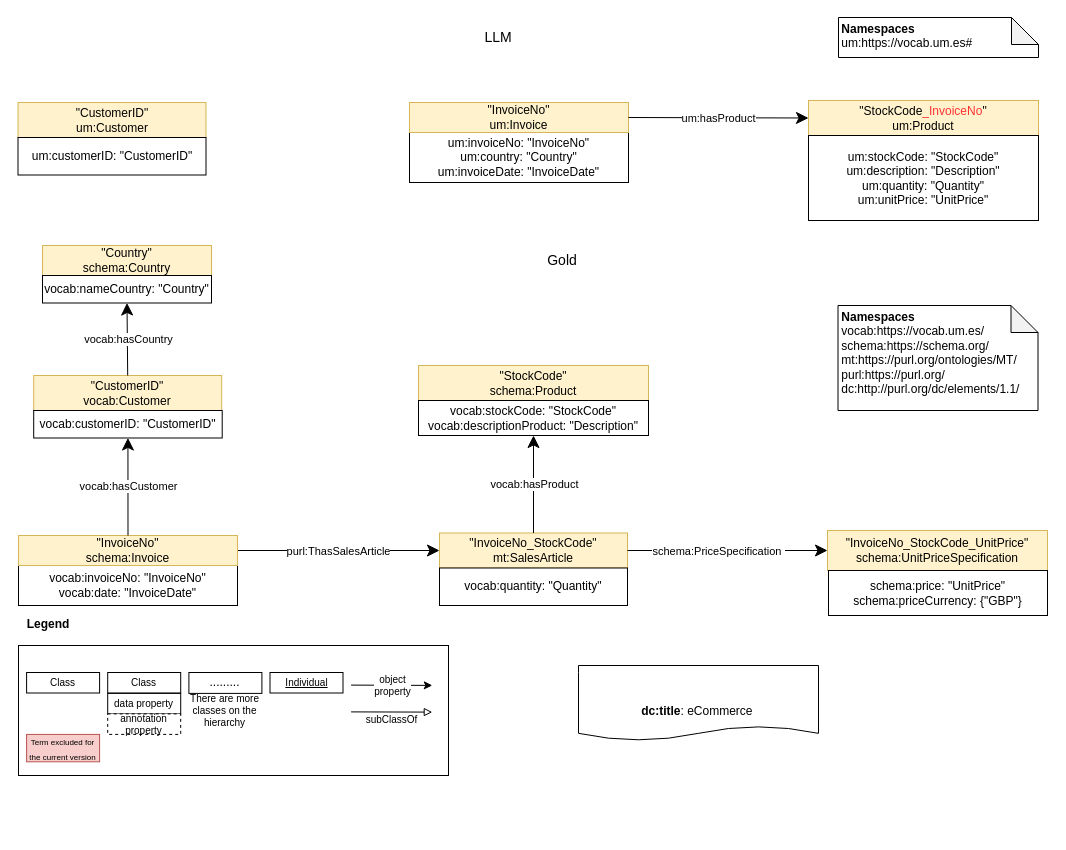
This is page "Gold-LLM" (3 of 16) of E-CommerceData/Figures/eCommerce.drawio from tecnomod-um/EvaluationGraphAlignmentMethods, a draw.io file, before an edit. Source tidied: cells renumbered, new cells numbered last; positions are measured from the earlier drawing's top-left corner, leaving out a move shared by most shapes. Both pictures are drawn from the tidied source at 100%, with x=0, y=0 at pixel (18, 17).
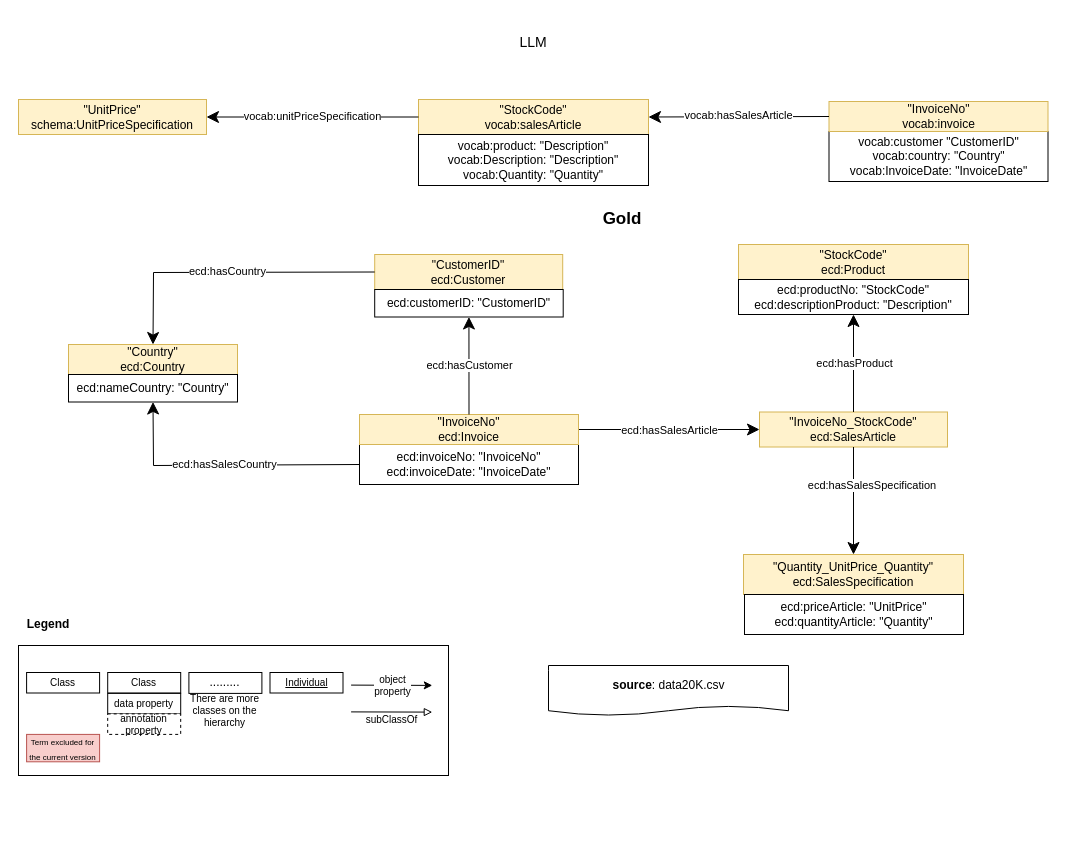
The same diagram, later.

Diff of the diagram source:
```diff
@@
     <mxCell id="15" value="LLM" style="text;html=1;strokeColor=none;fillColor=none;align=center;verticalAlign=middle;whiteSpace=wrap;rounded=0;dashed=1;fontSize=14;" parent="1" vertex="1">
-      <mxGeometry x="460" y="5" width="40" height="30" as="geometry" />
+      <mxGeometry x="495" y="10" width="40" height="30" as="geometry" />
     </mxCell>
-    <mxCell id="16" value="um:invoiceNo: &quot;InvoiceNo&quot;&lt;br&gt;um:country: &quot;Country&quot;&lt;br&gt;um:invoiceDate: &quot;InvoiceDate&quot;" style="rounded=0;whiteSpace=wrap;html=1;" parent="1" vertex="1">
-      <mxGeometry x="391" y="115" width="219" height="50" as="geometry" />
+    <mxCell id="16" value="vocab:customer &quot;CustomerID&quot;&lt;br&gt;vocab:country: &quot;Country&quot;&lt;br&gt;vocab:InvoiceDate: &quot;InvoiceDate&quot;" style="rounded=0;whiteSpace=wrap;html=1;" parent="1" vertex="1">
+      <mxGeometry x="810.5" y="114" width="219" height="50" as="geometry" />
     </mxCell>
-    <mxCell id="17" value="&quot;InvoiceNo&quot;&lt;br&gt;um:Invoice" style="rounded=0;whiteSpace=wrap;html=1;labelBackgroundColor=none;fillColor=#fff2cc;strokeColor=#d6b656;noLabel=0;" parent="1" vertex="1">
-      <mxGeometry x="391" y="85" width="219" height="30" as="geometry" />
+    <mxCell id="17" value="&quot;InvoiceNo&quot;&lt;br&gt;vocab:invoice" style="rounded=0;whiteSpace=wrap;html=1;labelBackgroundColor=none;fillColor=#fff2cc;strokeColor=#d6b656;noLabel=0;" parent="1" vertex="1">
+      <mxGeometry x="810.5" y="84" width="219" height="30" as="geometry" />
     </mxCell>
-    <mxCell id="18" value="&quot;StockCode&lt;font color=&quot;#ff3333&quot;&gt;_InvoiceNo&lt;/font&gt;&quot;&lt;br&gt;um:Product" style="rounded=0;whiteSpace=wrap;html=1;labelBackgroundColor=none;fillColor=#fff2cc;strokeColor=#d6b656;noLabel=0;" parent="1" vertex="1">
-      <mxGeometry x="790" y="83" width="230" height="35" as="geometry" />
+    <mxCell id="18" value="&quot;StockCode&quot;&lt;br&gt;vocab:salesArticle" style="rounded=0;whiteSpace=wrap;html=1;labelBackgroundColor=none;fillColor=#fff2cc;strokeColor=#d6b656;noLabel=0;" parent="1" vertex="1">
+      <mxGeometry x="400" y="82" width="230" height="35" as="geometry" />
     </mxCell>
-    <mxCell id="19" value="&quot;CustomerID&quot;&lt;br&gt;um:Customer" style="rounded=0;whiteSpace=wrap;html=1;labelBackgroundColor=none;fillColor=#fff2cc;strokeColor=#d6b656;noLabel=0;" parent="1" vertex="1">
-      <mxGeometry x="-0.5" y="85" width="188" height="35" as="geometry" />
+    <mxCell id="19" value="&quot;UnitPrice&quot;&lt;br&gt;schema:UnitPriceSpecification" style="rounded=0;whiteSpace=wrap;html=1;labelBackgroundColor=none;fillColor=#fff2cc;strokeColor=#d6b656;noLabel=0;" parent="1" vertex="1">
+      <mxGeometry y="82" width="188" height="35" as="geometry" />
     </mxCell>
-    <mxCell id="20" value="um:stockCode: &quot;StockCode&quot;&lt;br&gt;um:description: &quot;Description&quot;&lt;br&gt;um:quantity: &quot;Quantity&quot;&lt;br&gt;um:unitPrice: &quot;UnitPrice&quot;" style="rounded=0;whiteSpace=wrap;html=1;" parent="1" vertex="1">
-      <mxGeometry x="790" y="118" width="230" height="85" as="geometry" />
+    <mxCell id="20" value="vocab:product: &quot;Description&quot;&lt;br&gt;vocab:Description: &quot;Description&quot;&lt;br&gt;vocab:Quantity: &quot;Quantity&quot;" style="rounded=0;whiteSpace=wrap;html=1;" parent="1" vertex="1">
+      <mxGeometry x="400" y="117" width="230" height="51" as="geometry" />
     </mxCell>
-    <mxCell id="21" value="um:hasProduct" style="endArrow=classic;html=1;exitX=1;exitY=0.5;exitDx=0;exitDy=0;entryX=0;entryY=0.5;entryDx=0;entryDy=0;rounded=0;endSize=10;startArrow=none;startFill=0;startSize=7;" parent="1" edge="1" source="17" target="18">
+    <mxCell id="21" value="vocab:hasSalesArticle" style="endArrow=classic;html=1;exitX=0;exitY=0.5;exitDx=0;exitDy=0;entryX=1;entryY=0.5;entryDx=0;entryDy=0;rounded=0;endSize=10;startArrow=none;startFill=0;startSize=7;" parent="1" edge="1" source="17" target="18">
       <mxGeometry y="-1" relative="1" as="geometry" />
     </mxCell>
-    <mxCell id="22" value="um:customerID: &quot;CustomerID&quot;" style="rounded=0;whiteSpace=wrap;html=1;" parent="1" vertex="1">
-      <mxGeometry x="-0.5" y="120" width="188" height="37.5" as="geometry" />
-    </mxCell>
-    <mxCell id="23" value="&quot;InvoiceNo_StockCode&quot;&lt;br&gt;mt:SalesArticle" style="rounded=0;whiteSpace=wrap;html=1;labelBackgroundColor=none;fillColor=#fff2cc;strokeColor=#d6b656;noLabel=0;" parent="1" vertex="1">
-      <mxGeometry x="421" y="515.5" width="188" height="35" as="geometry" />
-    </mxCell>
-    <mxCell id="24" value="&quot;Country&quot;&lt;br&gt;schema:Country" style="rounded=0;whiteSpace=wrap;html=1;labelBackgroundColor=none;fillColor=#fff2cc;strokeColor=#d6b656;noLabel=0;" parent="1" vertex="1">
-      <mxGeometry x="24" y="228" width="169" height="30" as="geometry" />
-    </mxCell>
-    <mxCell id="25" value="vocab:invoiceNo: &quot;InvoiceNo&quot;&lt;br&gt;vocab:date: &quot;InvoiceDate&quot;" style="rounded=0;whiteSpace=wrap;html=1;" parent="1" vertex="1">
-      <mxGeometry y="548" width="219" height="40" as="geometry" />
-    </mxCell>
-    <mxCell id="26" value="purl:ThasSalesArticle" style="endArrow=classic;html=1;exitX=1;exitY=0.5;exitDx=0;exitDy=0;entryX=0;entryY=0.5;entryDx=0;entryDy=0;rounded=0;endSize=10;" parent="1" edge="1" source="27" target="23">
-      <mxGeometry y="-1" relative="1" as="geometry" />
-    </mxCell>
-    <mxCell id="27" value="&quot;InvoiceNo&quot;&lt;br&gt;schema:Invoice" style="rounded=0;whiteSpace=wrap;html=1;labelBackgroundColor=none;fillColor=#fff2cc;strokeColor=#d6b656;noLabel=0;" parent="1" vertex="1">
-      <mxGeometry y="518" width="219" height="30" as="geometry" />
-    </mxCell>
-    <mxCell id="28" value="&quot;InvoiceNo_StockCode_UnitPrice&quot;&lt;br&gt;schema:UnitPriceSpecification" style="rounded=0;whiteSpace=wrap;html=1;labelBackgroundColor=none;fillColor=#fff2cc;strokeColor=#d6b656;noLabel=0;" parent="1" vertex="1">
-      <mxGeometry x="809" y="513" width="220" height="40" as="geometry" />
-    </mxCell>
-    <mxCell id="29" style="endArrow=classic;html=1;exitX=1;exitY=0.5;exitDx=0;exitDy=0;entryX=0;entryY=0.5;entryDx=0;entryDy=0;rounded=0;endSize=10;startArrow=none;startFill=0;targetPerimeterSpacing=10;" parent="1" edge="1" source="23" target="28">
-      <mxGeometry relative="1" as="geometry" />
-    </mxCell>
-    <mxCell id="30" value="schema:PriceSpecification&amp;nbsp;" style="edgeLabel;html=1;align=center;verticalAlign=middle;" parent="29" vertex="1">
-      <mxGeometry x="-0.29" relative="1" as="geometry">
-        <mxPoint x="19" as="offset" />
-      </mxGeometry>
-    </mxCell>
-    <mxCell id="31" value="schema:price: &quot;UnitPrice&quot;&lt;br&gt;schema:priceCurrency: {&quot;GBP&quot;}" style="rounded=0;whiteSpace=wrap;html=1;" parent="1" vertex="1">
-      <mxGeometry x="810" y="553" width="219" height="45" as="geometry" />
-    </mxCell>
-    <mxCell id="32" value="vocab:quantity: &quot;Quantity&quot;" style="rounded=0;whiteSpace=wrap;html=1;" parent="1" vertex="1">
-      <mxGeometry x="421" y="550.5" width="188" height="37.5" as="geometry" />
-    </mxCell>
-    <mxCell id="33" value="&quot;StockCode&quot;&lt;br&gt;schema:Product" style="rounded=0;whiteSpace=wrap;html=1;labelBackgroundColor=none;fillColor=#fff2cc;strokeColor=#d6b656;noLabel=0;" parent="1" vertex="1">
-      <mxGeometry x="400" y="348" width="230" height="35" as="geometry" />
-    </mxCell>
-    <mxCell id="34" value="&quot;CustomerID&quot;&lt;br&gt;vocab:Customer" style="rounded=0;whiteSpace=wrap;html=1;labelBackgroundColor=none;fillColor=#fff2cc;strokeColor=#d6b656;noLabel=0;" parent="1" vertex="1">
-      <mxGeometry x="15.2" y="358" width="188" height="35" as="geometry" />
-    </mxCell>
-    <mxCell id="35" value="vocab:hasCustomer" style="endArrow=classic;html=1;exitX=0.5;exitY=0;exitDx=0;exitDy=0;entryX=0.5;entryY=1;entryDx=0;entryDy=0;rounded=0;endSize=10;startArrow=none;startFill=0;startSize=7;" parent="1" edge="1" source="27" target="40">
-      <mxGeometry y="-1" relative="1" as="geometry" />
-    </mxCell>
-    <mxCell id="36" value="vocab:hasCountry" style="endArrow=classic;html=1;exitX=0.5;exitY=0;exitDx=0;exitDy=0;entryX=0.5;entryY=1;entryDx=0;entryDy=0;rounded=0;endSize=10;startArrow=none;startFill=0;startSize=7;" parent="1" edge="1" source="34" target="39">
-      <mxGeometry y="-1" relative="1" as="geometry" />
-    </mxCell>
-    <mxCell id="37" value="vocab:stockCode: &quot;StockCode&quot;&lt;br&gt;vocab:descriptionProduct: &quot;Description&quot;" style="rounded=0;whiteSpace=wrap;html=1;" parent="1" vertex="1">
-      <mxGeometry x="400" y="383" width="230" height="35" as="geometry" />
-    </mxCell>
-    <mxCell id="38" value="vocab:hasProduct" style="endArrow=classic;html=1;exitX=0.5;exitY=0;exitDx=0;exitDy=0;entryX=0.5;entryY=1;entryDx=0;entryDy=0;rounded=0;endSize=10;startArrow=none;startFill=0;startSize=7;" parent="1" edge="1" source="23" target="37">
-      <mxGeometry y="-1" relative="1" as="geometry" />
-    </mxCell>
-    <mxCell id="39" value="vocab:nameCountry: &quot;Country&quot;" style="rounded=0;whiteSpace=wrap;html=1;" parent="1" vertex="1">
-      <mxGeometry x="24" y="258" width="169" height="27.5" as="geometry" />
-    </mxCell>
-    <mxCell id="40" value="vocab:customerID: &quot;CustomerID&quot;" style="rounded=0;whiteSpace=wrap;html=1;" parent="1" vertex="1">
-      <mxGeometry x="15.2" y="393" width="188.5" height="27.5" as="geometry" />
-    </mxCell>
+    <mxCell id="45" value="vocab:unitPriceSpecification" style="endArrow=classic;html=1;exitX=0;exitY=0.5;exitDx=0;exitDy=0;entryX=1;entryY=0.5;entryDx=0;entryDy=0;rounded=0;endSize=10;startArrow=none;startFill=0;startSize=7;" parent="1" edge="1" source="18" target="19">
+      <mxGeometry y="-1" relative="1" as="geometry" />
+    </mxCell>
+    <mxCell id="46" value="&lt;b style=&quot;font-family: helvetica; text-align: left; background-color: initial;&quot;&gt;source&lt;/b&gt;&lt;span style=&quot;font-family: helvetica; text-align: left; background-color: initial;&quot;&gt;: data20K.csv&lt;br&gt;&lt;/span&gt;" style="shape=document;html=1;boundedLbl=1;rounded=0;sketch=0;flipH=0;flipV=0;labelPosition=center;verticalLabelPosition=middle;align=center;verticalAlign=middle;spacingLeft=0;size=0.19093851132686085;labelBackgroundColor=none;" parent="1" vertex="1">
+      <mxGeometry x="530" y="648" width="240" height="50" as="geometry" />
+    </mxCell>
+    <mxCell id="47" value="&quot;InvoiceNo_StockCode&quot;&lt;br&gt;ecd:SalesArticle" style="rounded=0;whiteSpace=wrap;html=1;labelBackgroundColor=none;fillColor=#fff2cc;strokeColor=#d6b656;noLabel=0;" parent="1" vertex="1">
+      <mxGeometry x="741" y="394.5" width="188" height="35" as="geometry" />
+    </mxCell>
+    <mxCell id="48" value="&quot;Country&quot;&lt;br&gt;ecd:Country" style="rounded=0;whiteSpace=wrap;html=1;labelBackgroundColor=none;fillColor=#fff2cc;strokeColor=#d6b656;noLabel=0;" parent="1" vertex="1">
+      <mxGeometry x="50" y="327" width="169" height="30" as="geometry" />
+    </mxCell>
+    <mxCell id="49" value="ecd:invoiceNo: &quot;InvoiceNo&quot;&lt;br&gt;ecd:invoiceDate: &quot;InvoiceDate&quot;" style="rounded=0;whiteSpace=wrap;html=1;" parent="1" vertex="1">
+      <mxGeometry x="341" y="427" width="219" height="40" as="geometry" />
+    </mxCell>
+    <mxCell id="50" value="ecd:hasSalesArticle" style="endArrow=classic;html=1;exitX=1;exitY=0.5;exitDx=0;exitDy=0;entryX=0;entryY=0.5;entryDx=0;entryDy=0;rounded=0;endSize=10;" parent="1" edge="1" source="51" target="47">
+      <mxGeometry y="-1" relative="1" as="geometry" />
+    </mxCell>
+    <mxCell id="51" value="&quot;InvoiceNo&quot;&lt;br&gt;ecd:Invoice" style="rounded=0;whiteSpace=wrap;html=1;labelBackgroundColor=none;fillColor=#fff2cc;strokeColor=#d6b656;noLabel=0;" parent="1" vertex="1">
+      <mxGeometry x="341" y="397" width="219" height="30" as="geometry" />
+    </mxCell>
+    <mxCell id="52" value="&quot;Quantity_UnitPrice_Quantity&quot;&lt;br&gt;ecd:SalesSpecification" style="rounded=0;whiteSpace=wrap;html=1;labelBackgroundColor=none;fillColor=#fff2cc;strokeColor=#d6b656;noLabel=0;" parent="1" vertex="1">
+      <mxGeometry x="725" y="537" width="220" height="40" as="geometry" />
+    </mxCell>
+    <mxCell id="53" style="endArrow=classic;html=1;exitX=0.5;exitY=1;exitDx=0;exitDy=0;entryX=0.5;entryY=0;entryDx=0;entryDy=0;rounded=0;endSize=10;startArrow=none;startFill=0;targetPerimeterSpacing=10;" parent="1" edge="1" source="47" target="52">
+      <mxGeometry relative="1" as="geometry" />
+    </mxCell>
+    <mxCell id="54" value="ecd:hasSalesSpecification&amp;nbsp;" style="edgeLabel;html=1;align=center;verticalAlign=middle;" parent="53" vertex="1">
+      <mxGeometry x="-0.29" relative="1" as="geometry">
+        <mxPoint x="19" as="offset" />
+      </mxGeometry>
+    </mxCell>
+    <mxCell id="55" value="ecd:priceArticle: &quot;UnitPrice&quot;&lt;br&gt;ecd:quantityArticle: &quot;Quantity&quot;" style="rounded=0;whiteSpace=wrap;html=1;" parent="1" vertex="1">
+      <mxGeometry x="726" y="577" width="219" height="40" as="geometry" />
+    </mxCell>
+    <mxCell id="56" value="&quot;StockCode&quot;&lt;br&gt;ecd:Product" style="rounded=0;whiteSpace=wrap;html=1;labelBackgroundColor=none;fillColor=#fff2cc;strokeColor=#d6b656;noLabel=0;" parent="1" vertex="1">
+      <mxGeometry x="720" y="227" width="230" height="35" as="geometry" />
+    </mxCell>
+    <mxCell id="57" value="&quot;CustomerID&quot;&lt;br&gt;ecd:Customer" style="rounded=0;whiteSpace=wrap;html=1;labelBackgroundColor=none;fillColor=#fff2cc;strokeColor=#d6b656;noLabel=0;" parent="1" vertex="1">
+      <mxGeometry x="356.2" y="237" width="188" height="35" as="geometry" />
+    </mxCell>
+    <mxCell id="58" value="ecd:hasCustomer" style="endArrow=classic;html=1;exitX=0.5;exitY=0;exitDx=0;exitDy=0;entryX=0.5;entryY=1;entryDx=0;entryDy=0;rounded=0;endSize=10;startArrow=none;startFill=0;startSize=7;" parent="1" edge="1" source="51" target="63">
+      <mxGeometry y="-1" relative="1" as="geometry" />
+    </mxCell>
+    <mxCell id="59" value="ecd:hasCountry" style="endArrow=classic;html=1;exitX=0;exitY=0.5;exitDx=0;exitDy=0;entryX=0.5;entryY=0;entryDx=0;entryDy=0;rounded=0;endSize=10;startArrow=none;startFill=0;startSize=7;" parent="1" edge="1" source="57" target="48">
+      <mxGeometry y="-1" relative="1" as="geometry">
+        <Array as="points">
+          <mxPoint x="135" y="255" />
+        </Array>
+      </mxGeometry>
+    </mxCell>
+    <mxCell id="60" value="ecd:productNo: &quot;StockCode&quot;&lt;br&gt;ecd:descriptionProduct: &quot;Description&quot;" style="rounded=0;whiteSpace=wrap;html=1;" parent="1" vertex="1">
+      <mxGeometry x="720" y="262" width="230" height="35" as="geometry" />
+    </mxCell>
+    <mxCell id="61" value="ecd:hasProduct" style="endArrow=classic;html=1;exitX=0.5;exitY=0;exitDx=0;exitDy=0;entryX=0.5;entryY=1;entryDx=0;entryDy=0;rounded=0;endSize=10;startArrow=none;startFill=0;startSize=7;" parent="1" edge="1" source="47" target="60">
+      <mxGeometry y="-1" relative="1" as="geometry" />
+    </mxCell>
+    <mxCell id="62" value="ecd:nameCountry: &quot;Country&quot;" style="rounded=0;whiteSpace=wrap;html=1;" parent="1" vertex="1">
+      <mxGeometry x="50" y="357" width="169" height="27.5" as="geometry" />
+    </mxCell>
+    <mxCell id="63" value="ecd:customerID: &quot;CustomerID&quot;" style="rounded=0;whiteSpace=wrap;html=1;" parent="1" vertex="1">
+      <mxGeometry x="356.2" y="272" width="188.5" height="27.5" as="geometry" />
+    </mxCell>
-    <mxCell id="41" value="Gold" style="text;html=1;strokeColor=none;fillColor=none;align=center;verticalAlign=middle;whiteSpace=wrap;rounded=0;dashed=1;fontSize=14;" parent="1" vertex="1">
-      <mxGeometry x="484" y="228" width="120" height="30" as="geometry" />
+    <mxCell id="41" value="Gold" style="text;html=1;strokeColor=none;fillColor=none;align=center;verticalAlign=middle;whiteSpace=wrap;rounded=0;dashed=1;fontSize=17;fontStyle=1;" parent="1" vertex="1">
+      <mxGeometry x="544.2" y="187" width="120" height="30" as="geometry" />
     </mxCell>
-    <mxCell id="42" value="&lt;b&gt;&amp;nbsp;Namespaces&lt;/b&gt;&lt;br&gt;&amp;nbsp;vocab:https://vocab.um.es/&lt;br&gt;&amp;nbsp;schema:&lt;font face=&quot;helvetica&quot;&gt;https://schema.org/&lt;/font&gt;&lt;br&gt;&amp;nbsp;mt:https://purl.org/ontologies/MT/&lt;br&gt;&amp;nbsp;purl:https://purl.org/&lt;br&gt;&amp;nbsp;dc:http://purl.org/dc/elements/1.1/&amp;nbsp;&lt;br&gt;&amp;nbsp; &amp;nbsp; &amp;nbsp; &amp;nbsp; &amp;nbsp; &amp;nbsp;" style="shape=note;backgroundOutline=1;darkOpacity=0.05;align=left;verticalAlign=top;spacing=0;html=1;size=27;" parent="1" vertex="1">
-      <mxGeometry x="819.5" y="288" width="200" height="105" as="geometry" />
-    </mxCell>
-    <mxCell id="43" value="&lt;b&gt;&amp;nbsp;Namespaces&lt;/b&gt;&lt;br&gt;&amp;nbsp;um:https://vocab.um.es#&lt;br&gt;&amp;nbsp;" style="shape=note;backgroundOutline=1;darkOpacity=0.05;align=left;verticalAlign=top;spacing=0;html=1;size=27;" parent="1" vertex="1">
-      <mxGeometry x="820" width="200" height="40" as="geometry" />
-    </mxCell>
-    <mxCell id="44" value="&lt;br&gt;&lt;br&gt;&lt;div style=&quot;color: rgb(0 , 0 , 0) ; font-family: &amp;quot;helvetica&amp;quot; ; font-size: 12px ; font-style: normal ; font-weight: 400 ; letter-spacing: normal ; text-indent: 0px ; text-transform: none ; word-spacing: 0px ; text-align: left&quot;&gt;&lt;b&gt;dc:title&lt;/b&gt;&lt;span&gt;: eCommerce&amp;nbsp;&lt;/span&gt;&lt;/div&gt;" style="shape=document;html=1;boundedLbl=1;rounded=0;sketch=0;flipH=0;flipV=0;labelPosition=center;verticalLabelPosition=middle;align=center;verticalAlign=middle;spacingLeft=0;size=0.19093851132686085;labelBackgroundColor=none;" parent="1" vertex="1">
-      <mxGeometry x="560" y="648" width="240" height="75" as="geometry" />
-    </mxCell>
+    <mxCell id="64" value="ecd:hasSalesCountry" style="endArrow=classic;html=1;exitX=0;exitY=0.5;exitDx=0;exitDy=0;entryX=0.5;entryY=1;entryDx=0;entryDy=0;rounded=0;endSize=10;startArrow=none;startFill=0;startSize=7;" parent="1" edge="1" source="49" target="62">
+      <mxGeometry y="-1" relative="1" as="geometry">
+        <Array as="points">
+          <mxPoint x="135" y="448" />
+        </Array>
+      </mxGeometry>
+    </mxCell>
```
